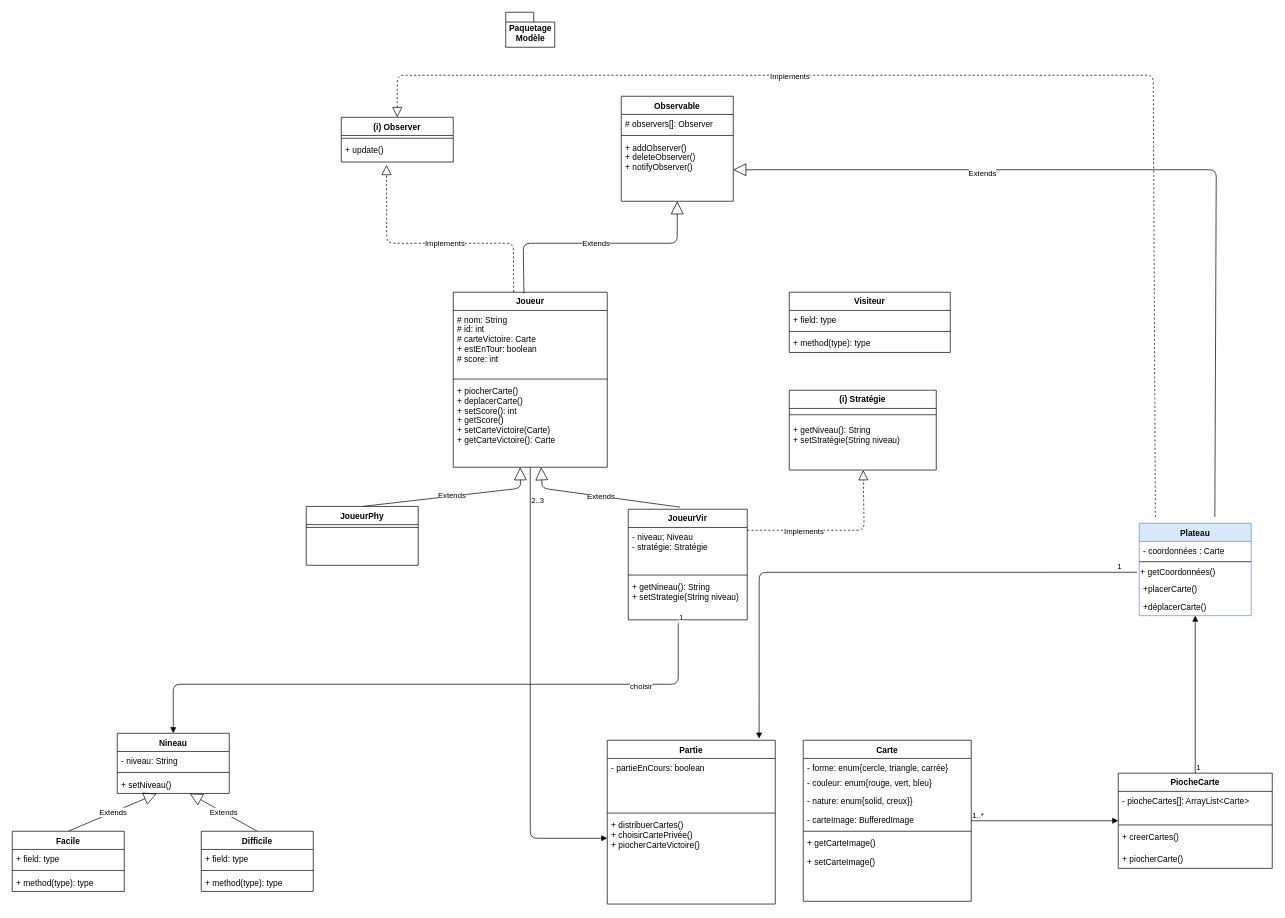
Earlier version of the draw.io diagram classe_paquetageModèle.drawio (codingTheWorld777/Diagrams-Project_SHAPE_UP). Source tidied: cells renumbered, new cells numbered last; positions are measured from the earlier drawing's top-left corner, leaving out a move shared by most shapes. Both pictures are drawn from the tidied source at 70%, with x=0, y=0 at pixel (12, 12).
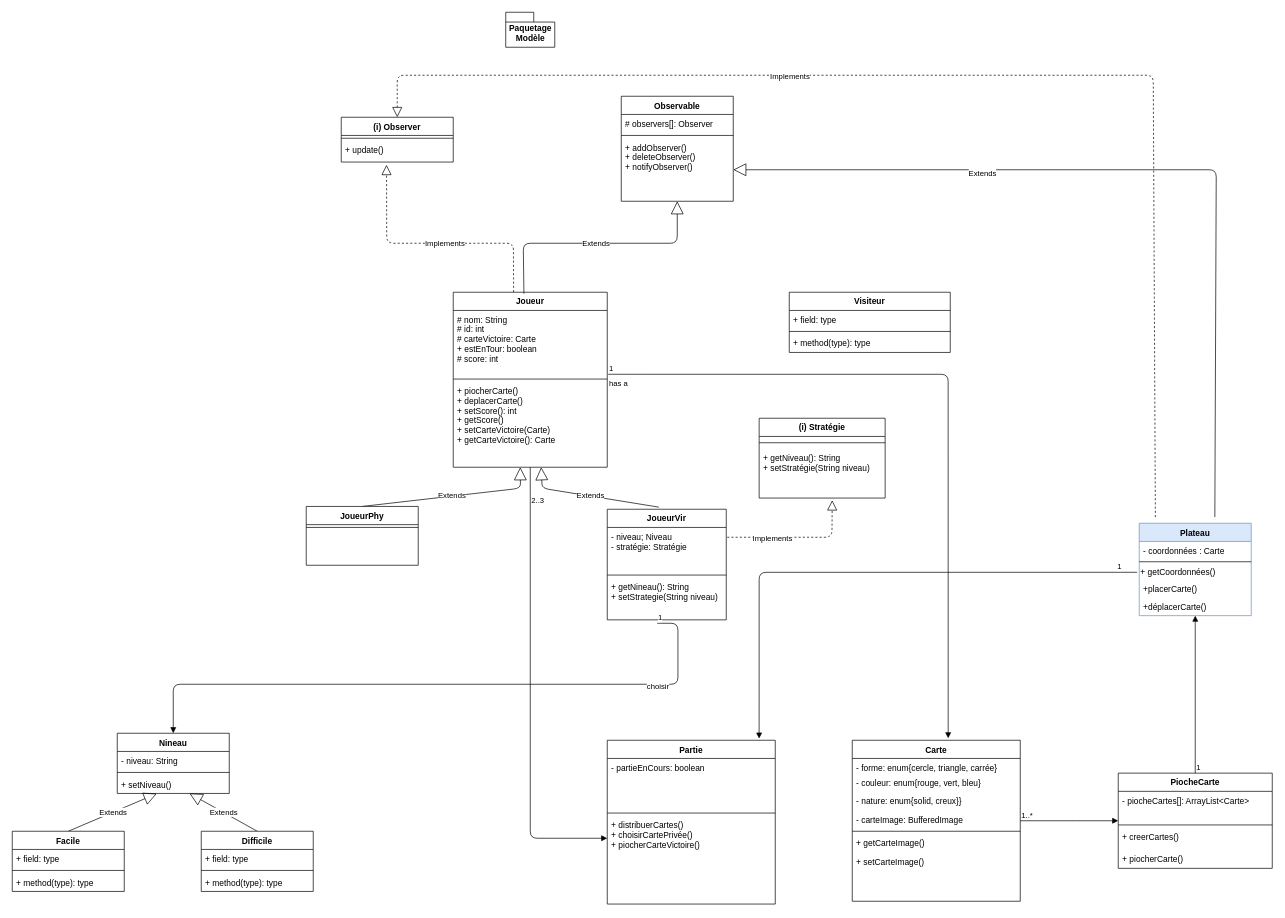
The same page after the edit.

The change refers to these unchanged cells:
```xml
<mxCell id="8" value="# nom: String&#10;# id: int&#10;# carteVictoire: Carte&#10;+ estEnTour: boolean&#10;# score: int" style="text;strokeColor=none;fillColor=none;align=left;verticalAlign=top;spacingLeft=4;spacingRight=4;overflow=hidden;points=[[0,0.5],[1,0.5]];portConstraint=eastwest;" parent="7" vertex="1">
  <mxGeometry y="26" width="220" height="94" as="geometry" />
</mxCell>
<mxCell id="40" value="- niveau; Niveau&#10;- stratégie: Stratégie " style="text;strokeColor=none;fillColor=none;align=left;verticalAlign=top;spacingLeft=4;spacingRight=4;overflow=hidden;points=[[0,0.5],[1,0.5]];portConstraint=eastwest;" parent="39" vertex="1">
  <mxGeometry y="26" width="170" height="64" as="geometry" />
</mxCell>
```

What changed in the source:
```diff
@@
     <mxCell id="31" value="Carte" style="swimlane;fontStyle=1;align=center;verticalAlign=top;horizontal=1;startSize=26;rounded=0;shadow=0;strokeWidth=1;" parent="1" vertex="1">
-      <mxGeometry x="1130" y="1040" width="240" height="230" as="geometry" />
+      <mxGeometry x="1200" y="1040" width="240" height="230" as="geometry" />
     </mxCell>
@@
     <mxCell id="39" value="JoueurVir" style="swimlane;fontStyle=1;align=center;verticalAlign=top;horizontal=1;startSize=26;" parent="1" vertex="1">
-      <mxGeometry x="880" y="710" width="170" height="158" as="geometry" />
+      <mxGeometry x="850" y="710" width="170" height="158" as="geometry" />
     </mxCell>
@@
     <mxCell id="79" value="(i) Stratégie" style="swimlane;fontStyle=1;align=center;verticalAlign=top;horizontal=1;startSize=26;" parent="1" vertex="1">
-      <mxGeometry x="1110" y="540" width="210" height="114" as="geometry" />
+      <mxGeometry x="1067" y="580" width="180" height="114" as="geometry" />
     </mxCell>
     <mxCell id="80" style="line;strokeWidth=1;fillColor=none;align=left;verticalAlign=middle;spacingTop=-1;spacingLeft=3;spacingRight=3;labelPosition=right;" parent="79" vertex="1">
-      <mxGeometry y="26" width="210" height="18" as="geometry" />
+      <mxGeometry y="26" width="180" height="18" as="geometry" />
     </mxCell>
     <mxCell id="81" value="+ getNiveau(): String&#10;+ setStratégie(String niveau)" style="text;strokeColor=none;fillColor=none;align=left;verticalAlign=top;spacingLeft=4;spacingRight=4;overflow=hidden;points=[[0,0.5],[1,0.5]];portConstraint=eastwest;" parent="79" vertex="1">
-      <mxGeometry y="44" width="210" height="70" as="geometry" />
+      <mxGeometry y="44" width="180" height="70" as="geometry" />
     </mxCell>
-    <mxCell id="82" style="endArrow=block;dashed=1;endFill=0;endSize=12;html=1;strokeColor=#000000;" parent="1" edge="1" target="81">
+    <mxCell id="82" style="endArrow=block;dashed=1;endFill=0;endSize=12;html=1;strokeColor=#000000;entryX=0.58;entryY=1.045;entryDx=0;entryDy=0;entryPerimeter=0;exitX=1.008;exitY=0.219;exitDx=0;exitDy=0;exitPerimeter=0;" parent="1" edge="1" source="40" target="81">
       <mxGeometry relative="1" as="geometry">
-        <mxPoint x="1050" y="740" as="sourcePoint" />
         <Array as="points">
-          <mxPoint x="1217" y="740" />
+          <mxPoint x="1171" y="750" />
         </Array>
       </mxGeometry>
     </mxCell>
@@
+    <mxCell id="84" value="has a" style="endArrow=block;endFill=1;html=1;edgeStyle=orthogonalEdgeStyle;align=left;verticalAlign=top;entryX=0.571;entryY=-0.012;entryDx=0;entryDy=0;entryPerimeter=0;exitX=1.006;exitY=0.97;exitDx=0;exitDy=0;exitPerimeter=0;" parent="1" edge="1" source="8" target="31">
+      <mxGeometry x="-1" relative="1" as="geometry" />
+    </mxCell>
+    <mxCell id="85" value="1" style="edgeLabel;html=1;align=left;verticalAlign=bottom;" parent="84" vertex="1">
+      <mxGeometry x="-1" relative="1" as="geometry" />
+    </mxCell>
```
